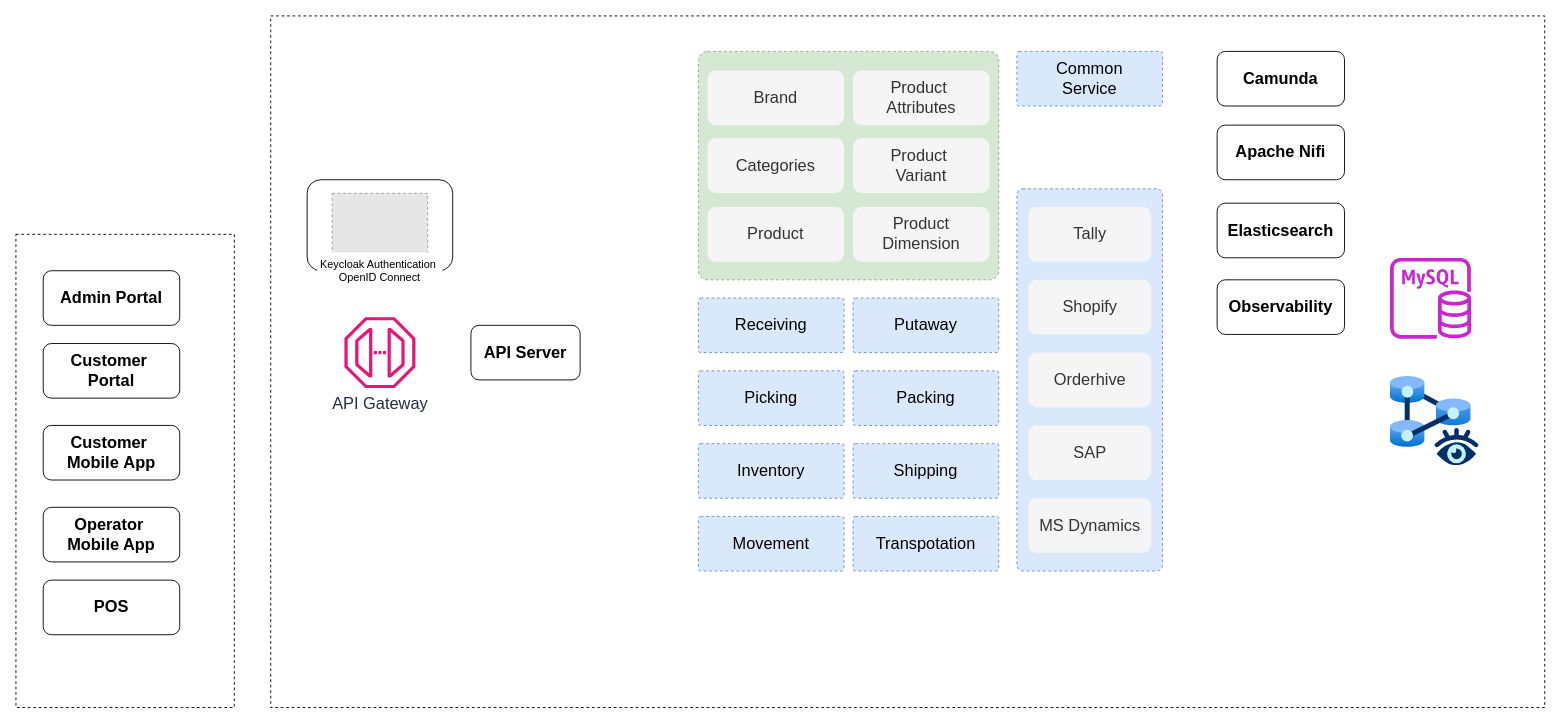
Before: page "hld" (1 of 2) of diagrams/component_diagram.drawio in deebendukumar/dispatcher, a draw.io diagram. Source tidied: cells renumbered, new cells numbered last; positions are measured from the earlier drawing's top-left corner, leaving out a move shared by most shapes. Both pictures are drawn from the tidied source at 91%, with x=0, y=0 at pixel (15, 15). Pictures stored in the file or linked from it are replaced by grey dashed boxes.
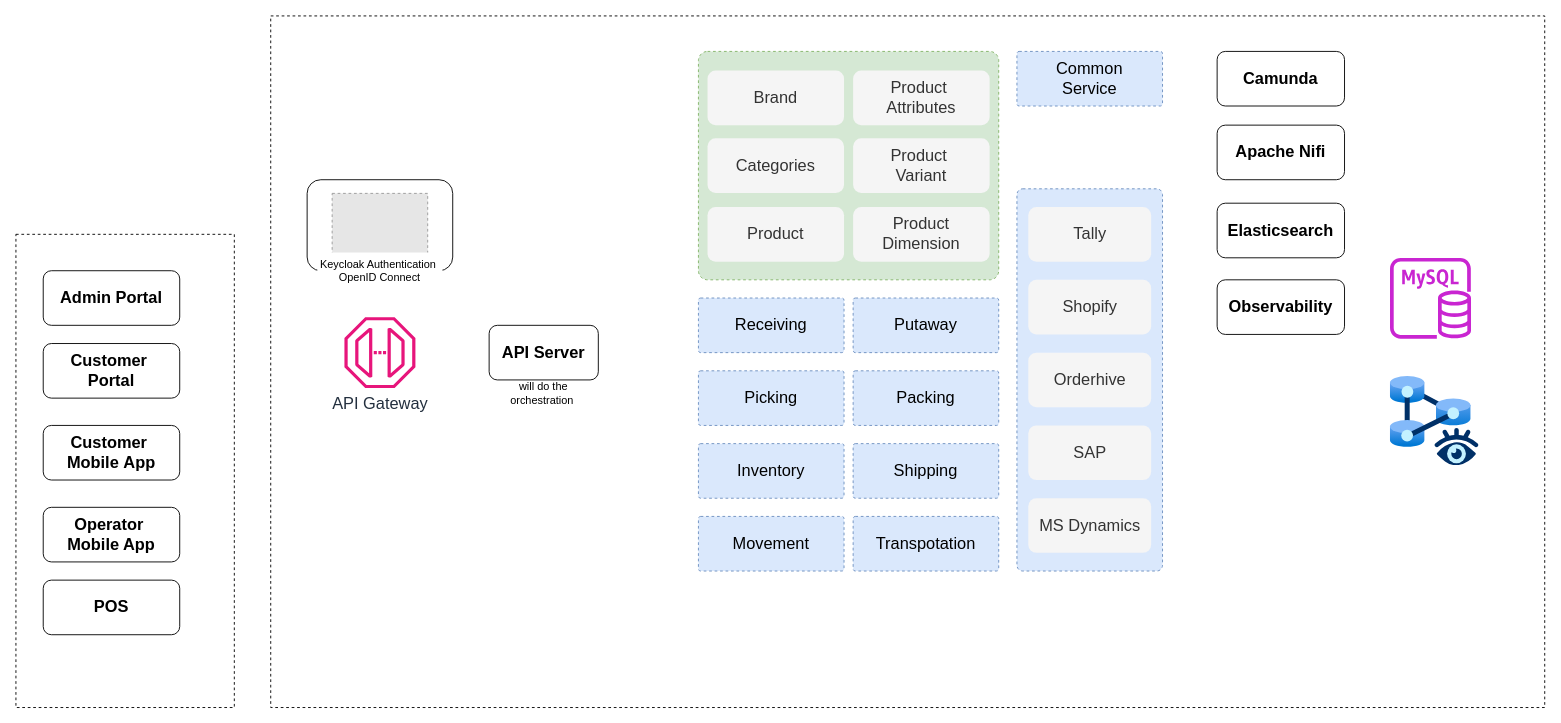
The same diagram, later.

Change to the diagram source:
```diff
@@
     <mxCell id="9" value="&lt;font style=&quot;font-size: 18px;&quot;&gt;&lt;b&gt;API Server&lt;/b&gt;&lt;/font&gt;" style="rounded=1;whiteSpace=wrap;html=1;" parent="1" vertex="1">
-      <mxGeometry x="500" y="340" width="120" height="60" as="geometry" />
+      <mxGeometry x="520" y="340" width="120" height="60" as="geometry" />
     </mxCell>
@@
+    <mxCell id="43" value="will do the orchestration&amp;nbsp;" style="text;html=1;align=center;verticalAlign=middle;whiteSpace=wrap;rounded=0;" parent="1" vertex="1">
+      <mxGeometry x="520" y="400" width="120" height="30" as="geometry" />
+    </mxCell>
```
